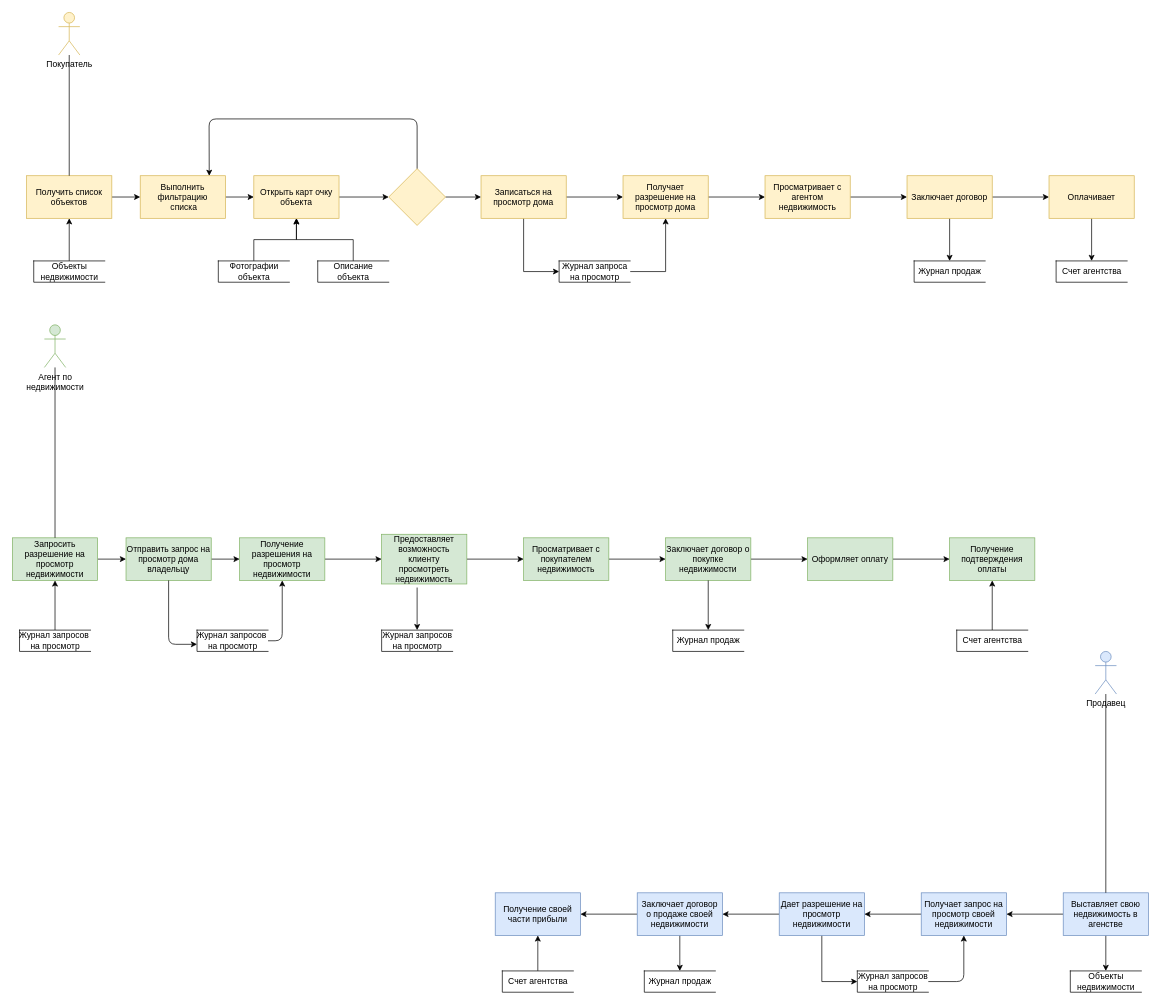
aleksey899/Boom21 keeps this draw.io diagram as page "Page-1" (1 of 2) of Untitled Diagram.drawio. Above is the earlier version. Source tidied: cells renumbered, new cells numbered last; positions are measured from the earlier drawing's top-left corner, leaving out a move shared by most shapes. Both pictures are drawn from the tidied source at 71%, with x=0, y=0 at pixel (12, 12).
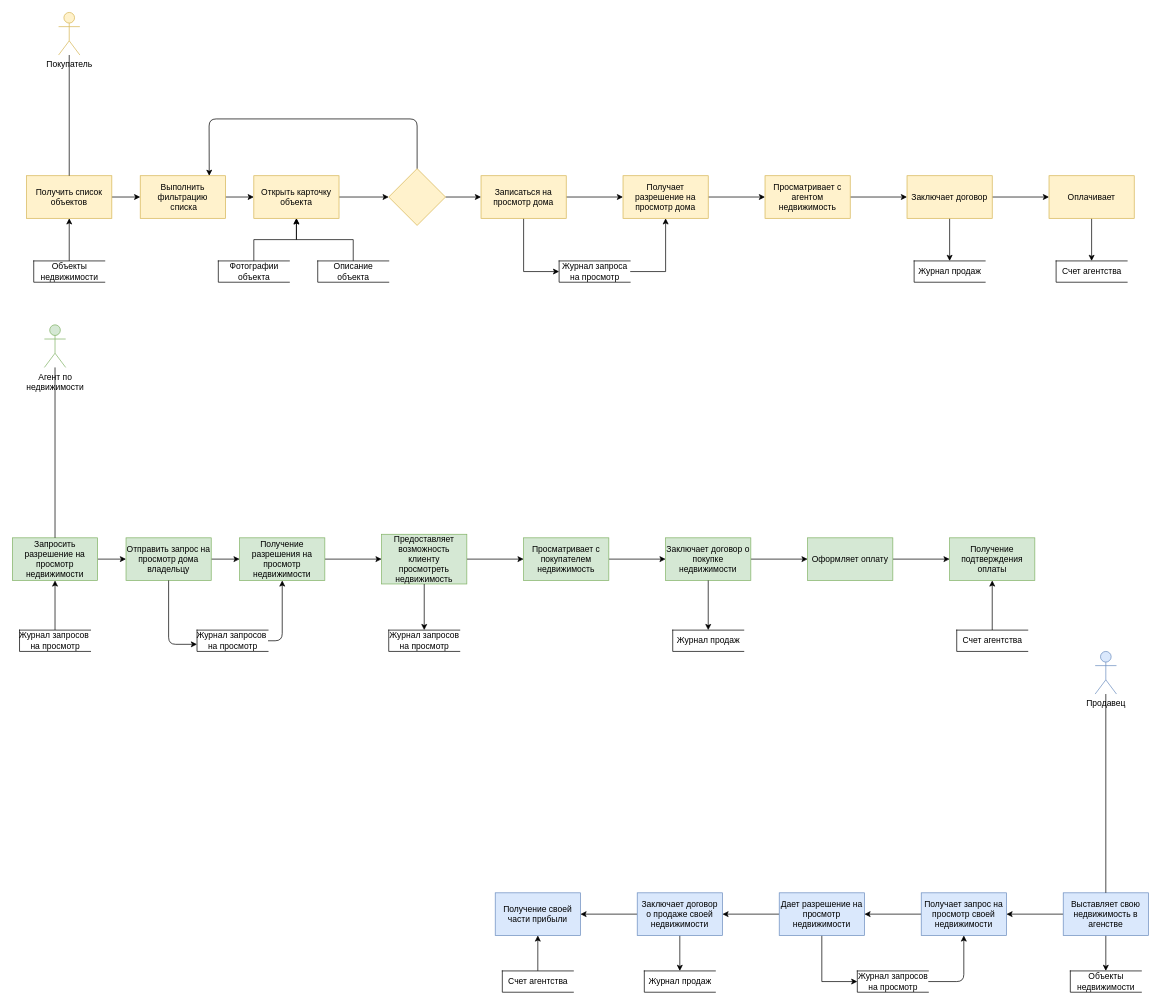
After the change.

Unchanged cells that the change refers to:
```xml
<mxCell id="50" value="Предоставляет возможность клиенту просмотреть недвижимость" style="whiteSpace=wrap;html=1;rounded=0;strokeColor=#82b366;fillColor=#d5e8d4;" parent="1" vertex="1">
  <mxGeometry x="520" y="735" width="120" height="70" as="geometry" />
</mxCell>
```

Diff of the diagram source:
```diff
@@
-    <mxCell id="4" value="Открыть карт очку объекта" style="rounded=0;whiteSpace=wrap;html=1;fillColor=#fff2cc;strokeColor=#d6b656;" parent="1" vertex="1">
+    <mxCell id="4" value="Открыть карточку объекта" style="rounded=0;whiteSpace=wrap;html=1;fillColor=#fff2cc;strokeColor=#d6b656;" parent="1" vertex="1">
       <mxGeometry x="340" y="230" width="120" height="60" as="geometry" />
     </mxCell>
@@
-    <mxCell id="81" style="endArrow=classic;html=1;" parent="1" edge="1" target="82">
-      <mxGeometry relative="1" as="geometry">
-        <mxPoint x="570" y="810" as="sourcePoint" />
-      </mxGeometry>
+    <mxCell id="81" style="endArrow=classic;html=1;" parent="1" edge="1" source="50" target="82">
+      <mxGeometry relative="1" as="geometry" />
     </mxCell>
     <mxCell id="82" value="Журнал запросов&lt;br&gt;на просмотр" style="html=1;dashed=0;whitespace=wrap;shape=partialRectangle;right=0;direction=east;" parent="1" vertex="1">
-      <mxGeometry x="520" y="870" width="100" height="30" as="geometry" />
+      <mxGeometry x="530" y="870" width="100" height="30" as="geometry" />
     </mxCell>
```
